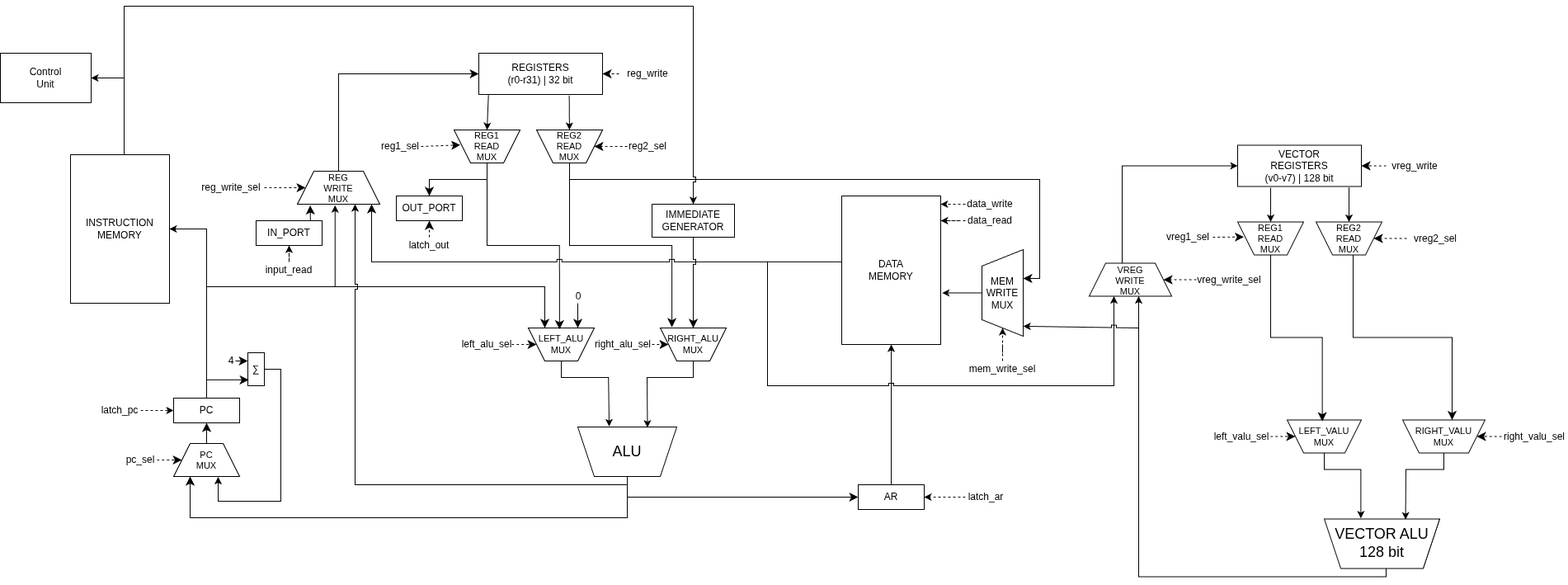
IlyaGorelov/meow keeps this draw.io diagram as datapath.png. Above is the earlier version. Source tidied: cells renumbered, new cells last; positions are measured from the earlier drawing's top-left corner, leaving out a move shared by most shapes.
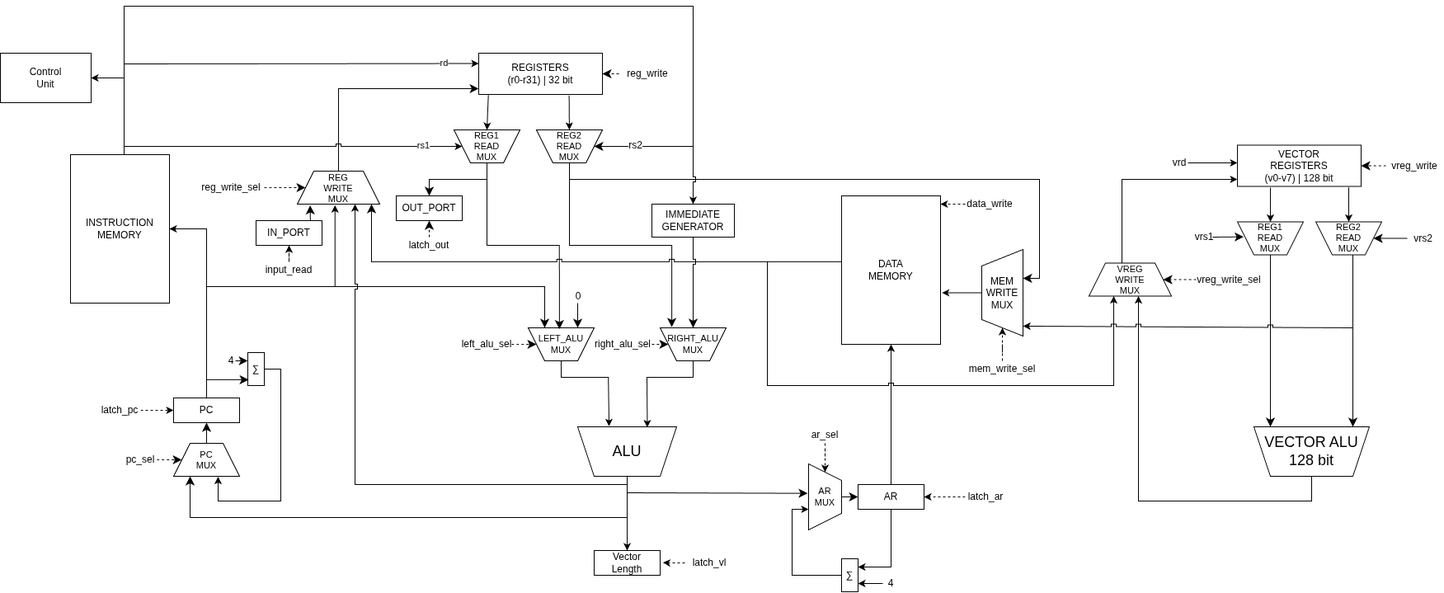
After the commit.

Commit message:
add vector execution signals & add vector instructions to isa & update schemes

The edit, as a diff of the source:
```diff
@@ -35,2 +35,5 @@
     </mxCell>
+    <mxCell id="106" style="edgeStyle=orthogonalEdgeStyle;rounded=0;jettySize=auto;html=1;entryX=1;entryY=0.25;entryDx=0;entryDy=0;defaultLabelBackgroundColor=page;labelPadding=0 4;" parent="1" edge="1" source="9" target="118">
+      <mxGeometry relative="1" as="geometry" />
+    </mxCell>
     <mxCell id="9" value="AR" style="rounded=0;whiteSpace=wrap;html=1;" parent="1" vertex="1">
@@ -65,8 +68,2 @@
     </mxCell>
-    <mxCell id="19" value="reg1_sel" style="text;html=1;whiteSpace=wrap;strokeColor=none;fillColor=none;align=center;verticalAlign=middle;rounded=0;" parent="1" vertex="1">
-      <mxGeometry x="460" y="160" width="50" height="20" as="geometry" />
-    </mxCell>
-    <mxCell id="20" style="endArrow=classic;html=1;rounded=0;fontSize=12;defaultLabelBackgroundColor=page;startSize=8;endSize=8;curved=1;entryX=0.905;entryY=0.545;entryDx=0;entryDy=0;exitX=1;exitY=0.5;exitDx=0;exitDy=0;dashed=1;entryPerimeter=0;" parent="1" edge="1" source="19" target="18">
-      <mxGeometry relative="1" as="geometry" />
-    </mxCell>
     <mxCell id="21" value="REG2&lt;div&gt;READ&lt;br&gt;&lt;div&gt;MUX&lt;/div&gt;&lt;/div&gt;" style="shape=trapezoid;perimeter=trapezoidPerimeter;whiteSpace=wrap;html=1;shapeInside=1;fixedSize=1;direction=west;fontSize=11;rounded=0;" parent="1" vertex="1">
@@ -74,8 +71,12 @@
     </mxCell>
-    <mxCell id="22" value="reg2_sel" style="text;html=1;whiteSpace=wrap;strokeColor=none;fillColor=none;align=center;verticalAlign=middle;rounded=0;" parent="1" vertex="1">
-      <mxGeometry x="760" y="160" width="50" height="20" as="geometry" />
-    </mxCell>
-    <mxCell id="23" style="endArrow=classic;html=1;rounded=0;fontSize=12;defaultLabelBackgroundColor=page;startSize=8;endSize=8;curved=1;entryX=0;entryY=0.5;entryDx=0;entryDy=0;exitX=0;exitY=0.5;exitDx=0;exitDy=0;dashed=1;" parent="1" edge="1" source="22" target="21">
-      <mxGeometry relative="1" as="geometry" />
+    <mxCell id="23" style="endArrow=classic;html=1;rounded=0;fontSize=12;defaultLabelBackgroundColor=page;startSize=8;endSize=8;curved=1;entryX=0;entryY=0.5;entryDx=0;entryDy=0;" parent="1" edge="1" target="21">
+      <mxGeometry relative="1" as="geometry">
+        <mxPoint x="840" y="170" as="sourcePoint" />
+      </mxGeometry>
     </mxCell>
+    <mxCell id="107" value="rs2" style="edgeLabel;html=1;align=center;verticalAlign=middle;inheritText=1;fontSize=12;defaultLabelBackgroundColor=page;" parent="23" vertex="1">
+      <mxGeometry x="0.34" relative="1" as="geometry">
+        <mxPoint x="11" y="-2" as="offset" />
+      </mxGeometry>
+    </mxCell>
     <mxCell id="24" style="endArrow=classic;html=1;rounded=0;defaultLabelBackgroundColor=page;exitX=0.731;exitY=1.024;exitDx=0;exitDy=0;exitPerimeter=0;" parent="1" edge="1" source="8" target="21">
@@ -120,6 +121,4 @@
     </mxCell>
-    <mxCell id="33" style="endArrow=classic;html=1;rounded=0;fontSize=12;defaultLabelBackgroundColor=page;startSize=8;endSize=8;curved=1;entryX=0;entryY=0.5;entryDx=0;entryDy=0;" parent="1" edge="1" target="9">
-      <mxGeometry relative="1" as="geometry">
-        <mxPoint x="760" y="595" as="sourcePoint" />
-      </mxGeometry>
+    <mxCell id="33" style="endArrow=classic;html=1;rounded=0;fontSize=12;defaultLabelBackgroundColor=page;startSize=8;endSize=8;curved=1;entryX=0;entryY=0.5;entryDx=0;entryDy=0;" parent="1" edge="1" source="122" target="9">
+      <mxGeometry relative="1" as="geometry" />
     </mxCell>
@@ -142,4 +141,8 @@
     </mxCell>
-    <mxCell id="36" style="edgeStyle=orthogonalEdgeStyle;rounded=0;jettySize=auto;html=1;entryX=0;entryY=0.5;entryDx=0;entryDy=0;fontSize=12;defaultLabelBackgroundColor=page;startSize=8;endSize=8;exitX=0.5;exitY=0;exitDx=0;exitDy=0;" parent="1" edge="1" source="37" target="8">
-      <mxGeometry relative="1" as="geometry" />
+    <mxCell id="36" style="edgeStyle=orthogonalEdgeStyle;rounded=0;jettySize=auto;html=1;fontSize=12;defaultLabelBackgroundColor=page;startSize=8;endSize=8;exitX=0.5;exitY=0;exitDx=0;exitDy=0;jumpStyle=sharp;" parent="1" edge="1" source="37" target="8">
+      <mxGeometry x="0.07" relative="1" as="geometry">
+        <Array as="points">
+          <mxPoint x="410" y="100" />
+        </Array>
+      </mxGeometry>
     </mxCell>
@@ -276,10 +279,2 @@
     </mxCell>
-    <mxCell id="70" value="data_read" style="text;html=1;whiteSpace=wrap;strokeColor=none;fillColor=none;align=center;verticalAlign=middle;rounded=0;" parent="1" vertex="1">
-      <mxGeometry x="1170" y="250" width="60" height="20" as="geometry" />
-    </mxCell>
-    <mxCell id="71" style="edgeStyle=orthogonalEdgeStyle;rounded=0;jettySize=auto;html=1;entryX=0.999;entryY=0.056;entryDx=0;entryDy=0;entryPerimeter=0;defaultLabelBackgroundColor=page;dashed=1;" parent="1" edge="1" source="70">
-      <mxGeometry relative="1" as="geometry">
-        <mxPoint x="1140" y="260" as="targetPoint" />
-      </mxGeometry>
-    </mxCell>
     <mxCell id="72" style="endArrow=classic;html=1;rounded=0;defaultLabelBackgroundColor=page;entryX=0.457;entryY=1.033;entryDx=0;entryDy=0;entryPerimeter=0;" parent="1" edge="1" target="37">
@@ -289,27 +284,5 @@
     </mxCell>
-    <mxCell id="73" value="LEFT_VALU&lt;div&gt;MUX&lt;/div&gt;" style="shape=trapezoid;perimeter=trapezoidPerimeter;whiteSpace=wrap;html=1;shapeInside=1;fixedSize=1;direction=west;fontSize=11;rounded=0;" parent="1" vertex="1">
-      <mxGeometry x="1560" y="501.5" width="90" height="40" as="geometry" />
-    </mxCell>
-    <mxCell id="74" value="RIGHT_VALU&lt;div&gt;MUX&lt;/div&gt;" style="shape=trapezoid;perimeter=trapezoidPerimeter;whiteSpace=wrap;html=1;shapeInside=1;fixedSize=1;direction=west;fontSize=11;rounded=0;" parent="1" vertex="1">
-      <mxGeometry x="1700" y="501.5" width="100" height="40" as="geometry" />
-    </mxCell>
     <mxCell id="75" value="VECTOR ALU&lt;div&gt;128 bit&lt;/div&gt;" style="shape=trapezoid;perimeter=trapezoidPerimeter;whiteSpace=wrap;html=1;shapeInside=1;fixedSize=1;fontSize=18;direction=west;rounded=0;" parent="1" vertex="1">
-      <mxGeometry x="1605" y="621.5" width="140" height="60" as="geometry" />
+      <mxGeometry x="1520" y="510" width="140" height="60" as="geometry" />
     </mxCell>
-    <mxCell id="76" style="endArrow=classic;html=1;rounded=0;defaultLabelBackgroundColor=page;entryX=0.683;entryY=1.012;entryDx=0;entryDy=0;entryPerimeter=0;exitX=0.5;exitY=0;exitDx=0;exitDy=0;" parent="1" edge="1" source="73" target="75">
-      <mxGeometry x="-0.02" relative="1" as="geometry">
-        <Array as="points">
-          <mxPoint x="1605" y="561.5" />
-          <mxPoint x="1649.4" y="561.5" />
-        </Array>
-      </mxGeometry>
-    </mxCell>
-    <mxCell id="77" style="endArrow=classic;html=1;rounded=0;defaultLabelBackgroundColor=page;exitX=0.5;exitY=0;exitDx=0;exitDy=0;entryX=0.296;entryY=0.989;entryDx=0;entryDy=0;entryPerimeter=0;" parent="1" edge="1" source="74" target="75">
-      <mxGeometry x="-0.14" relative="1" as="geometry">
-        <Array as="points">
-          <mxPoint x="1750" y="561.5" />
-          <mxPoint x="1704" y="561.5" />
-        </Array>
-      </mxGeometry>
-    </mxCell>
     <mxCell id="78" value="&lt;div&gt;VECTOR&lt;/div&gt;REGISTERS&lt;div&gt;(v0-v7) | 128 bit&lt;/div&gt;" style="rounded=0;whiteSpace=wrap;html=1;" parent="1" vertex="1">
@@ -317,14 +290,2 @@
     </mxCell>
-    <mxCell id="79" value="left_valu_sel" style="text;html=1;whiteSpace=wrap;strokeColor=none;fillColor=none;align=center;verticalAlign=middle;rounded=0;" parent="1" vertex="1">
-      <mxGeometry x="1470" y="511.5" width="70" height="20" as="geometry" />
-    </mxCell>
-    <mxCell id="80" style="endArrow=classic;html=1;rounded=0;fontSize=12;defaultLabelBackgroundColor=page;startSize=8;endSize=8;curved=1;exitX=1;exitY=0.5;exitDx=0;exitDy=0;dashed=1;" parent="1" edge="1" source="79" target="73">
-      <mxGeometry relative="1" as="geometry" />
-    </mxCell>
-    <mxCell id="81" value="right_valu_sel" style="text;html=1;whiteSpace=wrap;strokeColor=none;fillColor=none;align=center;verticalAlign=middle;rounded=0;" parent="1" vertex="1">
-      <mxGeometry x="1820" y="511.5" width="80" height="20" as="geometry" />
-    </mxCell>
-    <mxCell id="82" style="endArrow=classic;html=1;rounded=0;fontSize=12;defaultLabelBackgroundColor=page;startSize=8;endSize=8;curved=1;exitX=0;exitY=0.5;exitDx=0;exitDy=0;dashed=1;" parent="1" edge="1" source="81" target="74">
-      <mxGeometry relative="1" as="geometry" />
-    </mxCell>
     <mxCell id="83" value="vreg_write" style="text;html=1;whiteSpace=wrap;strokeColor=none;fillColor=none;align=center;verticalAlign=middle;rounded=0;" parent="1" vertex="1">
@@ -343,6 +304,6 @@
     </mxCell>
-    <mxCell id="87" value="vreg1_sel" style="text;html=1;whiteSpace=wrap;strokeColor=none;fillColor=none;align=center;verticalAlign=middle;rounded=0;" parent="1" vertex="1">
-      <mxGeometry x="1410" y="270" width="60" height="20" as="geometry" />
+    <mxCell id="87" value="vrs1" style="text;html=1;whiteSpace=wrap;strokeColor=none;fillColor=none;align=center;verticalAlign=middle;rounded=0;" parent="1" vertex="1">
+      <mxGeometry x="1450" y="270" width="20" height="20" as="geometry" />
     </mxCell>
-    <mxCell id="88" style="endArrow=classic;html=1;rounded=0;fontSize=12;defaultLabelBackgroundColor=page;startSize=8;endSize=8;curved=1;entryX=0.905;entryY=0.545;entryDx=0;entryDy=0;exitX=1;exitY=0.5;exitDx=0;exitDy=0;dashed=1;entryPerimeter=0;" parent="1" edge="1" source="87" target="86">
+    <mxCell id="88" style="endArrow=classic;html=1;rounded=0;fontSize=12;defaultLabelBackgroundColor=page;startSize=8;endSize=8;curved=1;entryX=0.905;entryY=0.545;entryDx=0;entryDy=0;exitX=1;exitY=0.5;exitDx=0;exitDy=0;entryPerimeter=0;" parent="1" edge="1" source="87" target="86">
       <mxGeometry relative="1" as="geometry" />
@@ -352,6 +313,6 @@
     </mxCell>
-    <mxCell id="90" value="vreg2_sel" style="text;html=1;whiteSpace=wrap;strokeColor=none;fillColor=none;align=center;verticalAlign=middle;rounded=0;" parent="1" vertex="1">
-      <mxGeometry x="1705" y="271.5" width="70" height="20" as="geometry" />
+    <mxCell id="90" value="vrs2" style="text;html=1;whiteSpace=wrap;strokeColor=none;fillColor=none;align=center;verticalAlign=middle;rounded=0;" parent="1" vertex="1">
+      <mxGeometry x="1706" y="271.5" width="39" height="20" as="geometry" />
     </mxCell>
-    <mxCell id="91" style="endArrow=classic;html=1;rounded=0;fontSize=12;defaultLabelBackgroundColor=page;startSize=8;endSize=8;curved=1;entryX=0;entryY=0.5;entryDx=0;entryDy=0;exitX=0;exitY=0.5;exitDx=0;exitDy=0;dashed=1;" parent="1" edge="1" source="90" target="89">
+    <mxCell id="91" style="endArrow=classic;html=1;rounded=0;fontSize=12;defaultLabelBackgroundColor=page;startSize=8;endSize=8;curved=1;entryX=0;entryY=0.5;entryDx=0;entryDy=0;exitX=0;exitY=0.5;exitDx=0;exitDy=0;" parent="1" edge="1" source="90" target="89">
       <mxGeometry relative="1" as="geometry" />
@@ -363,11 +324,14 @@
     </mxCell>
-    <mxCell id="93" style="endArrow=classic;html=1;rounded=0;fontSize=12;defaultLabelBackgroundColor=page;startSize=8;endSize=8;entryX=0.527;entryY=0.96;entryDx=0;entryDy=0;entryPerimeter=0;exitX=0.5;exitY=0;exitDx=0;exitDy=0;edgeStyle=orthogonalEdgeStyle;" parent="1" edge="1" source="86" target="73">
-      <mxGeometry relative="1" as="geometry" />
+    <mxCell id="93" style="endArrow=classic;html=1;rounded=0;fontSize=12;defaultLabelBackgroundColor=page;startSize=8;endSize=8;exitX=0.5;exitY=0;exitDx=0;exitDy=0;edgeStyle=orthogonalEdgeStyle;" parent="1" edge="1" source="86" target="75">
+      <mxGeometry relative="1" as="geometry">
+        <Array as="points">
+          <mxPoint x="1540" y="460" />
+          <mxPoint x="1540" y="460" />
+        </Array>
+      </mxGeometry>
     </mxCell>
-    <mxCell id="94" style="endArrow=classic;html=1;rounded=0;fontSize=12;defaultLabelBackgroundColor=page;startSize=8;endSize=8;exitX=0.5;exitY=0;exitDx=0;exitDy=0;edgeStyle=orthogonalEdgeStyle;" parent="1" edge="1" source="89" target="74">
-      <mxGeometry x="-0.14" relative="1" as="geometry">
+    <mxCell id="94" style="endArrow=classic;html=1;rounded=0;fontSize=12;defaultLabelBackgroundColor=page;startSize=8;endSize=8;exitX=0.5;exitY=0;exitDx=0;exitDy=0;edgeStyle=orthogonalEdgeStyle;" parent="1" edge="1" source="89" target="75">
+      <mxGeometry x="0.3" relative="1" as="geometry">
         <Array as="points">
           <mxPoint x="1640" y="301.5" />
-          <mxPoint x="1640" y="401.5" />
-          <mxPoint x="1760" y="401.5" />
         </Array>
@@ -375,7 +339,7 @@
     </mxCell>
-    <mxCell id="95" style="endArrow=classic;html=1;rounded=0;defaultLabelBackgroundColor=page;edgeStyle=orthogonalEdgeStyle;jumpStyle=sharp;" parent="1" edge="1" source="75" target="97">
-      <mxGeometry x="-0.02" relative="1" as="geometry">
+    <mxCell id="95" style="endArrow=classic;html=1;rounded=0;defaultLabelBackgroundColor=page;edgeStyle=orthogonalEdgeStyle;jumpStyle=sharp;exitX=0.5;exitY=0;exitDx=0;exitDy=0;" parent="1" edge="1" source="75" target="97">
+      <mxGeometry x="-0.24" relative="1" as="geometry">
         <Array as="points">
-          <mxPoint x="1680" y="691.5" />
-          <mxPoint x="1380" y="691.5" />
+          <mxPoint x="1590" y="600" />
+          <mxPoint x="1380" y="600" />
         </Array>
@@ -386,3 +350,3 @@
         <Array as="points">
-          <mxPoint x="1360" y="193.5" />
+          <mxPoint x="1360" y="210" />
         </Array>
@@ -410,3 +374,3 @@
       <mxGeometry relative="1" as="geometry">
-        <mxPoint x="1380" y="390" as="sourcePoint" />
+        <mxPoint x="1640" y="390" as="sourcePoint" />
       </mxGeometry>
@@ -425,2 +389,77 @@
     </mxCell>
+    <mxCell id="108" style="endArrow=classic;html=1;rounded=0;defaultLabelBackgroundColor=page;entryX=0;entryY=0.25;entryDx=0;entryDy=0;" parent="1" edge="1" target="8">
+      <mxGeometry relative="1" as="geometry">
+        <mxPoint x="150" y="70" as="sourcePoint" />
+      </mxGeometry>
+    </mxCell>
+    <mxCell id="109" value="rd" style="edgeLabel;html=1;align=center;verticalAlign=middle;inheritText=fontFamily,fontColor,fontStyle,textOpacity,labelBorderColor,labelBorderWidth,labelBackgroundColor,defaultLabelBackgroundColor,labelPadding;defaultLabelBackgroundColor=page;fontSize=11;" parent="108" vertex="1">
+      <mxGeometry x="0.75" relative="1" as="geometry">
+        <mxPoint x="11" y="-1" as="offset" />
+      </mxGeometry>
+    </mxCell>
+    <mxCell id="110" style="endArrow=classic;html=1;rounded=0;defaultLabelBackgroundColor=page;entryX=0;entryY=0.43;entryDx=0;entryDy=0;entryPerimeter=0;" parent="1" edge="1" target="78">
+      <mxGeometry relative="1" as="geometry">
+        <mxPoint x="1440" y="190" as="sourcePoint" />
+      </mxGeometry>
+    </mxCell>
+    <mxCell id="111" value="vrd" style="text;html=1;whiteSpace=wrap;strokeColor=none;fillColor=none;align=center;verticalAlign=middle;rounded=0;" parent="1" vertex="1">
+      <mxGeometry x="1420" y="180" width="20" height="20" as="geometry" />
+    </mxCell>
+    <mxCell id="112" style="endArrow=classic;html=1;rounded=0;defaultLabelBackgroundColor=page;jumpStyle=sharp;" parent="1" edge="1" target="18">
+      <mxGeometry relative="1" as="geometry">
+        <mxPoint x="150" y="170" as="sourcePoint" />
+      </mxGeometry>
+    </mxCell>
+    <mxCell id="113" value="rs1" style="edgeLabel;html=1;align=center;verticalAlign=middle;inheritText=1;defaultLabelBackgroundColor=page;" parent="112" vertex="1">
+      <mxGeometry x="0.59" y="1" relative="1" as="geometry">
+        <mxPoint x="37" y="-1" as="offset" />
+      </mxGeometry>
+    </mxCell>
+    <mxCell id="114" value="Vector&lt;div&gt;Length&lt;/div&gt;" style="rounded=0;whiteSpace=wrap;html=1;" parent="1" vertex="1">
+      <mxGeometry x="720" y="660" width="80" height="30" as="geometry" />
+    </mxCell>
+    <mxCell id="115" style="endArrow=classic;html=1;rounded=0;defaultLabelBackgroundColor=page;labelPadding=0 4;entryX=0.5;entryY=0;entryDx=0;entryDy=0;" parent="1" edge="1" target="114">
+      <mxGeometry relative="1" as="geometry">
+        <mxPoint x="760" y="620" as="sourcePoint" />
+      </mxGeometry>
+    </mxCell>
+    <mxCell id="116" value="latch_vl" style="text;html=1;whiteSpace=wrap;strokeColor=none;fillColor=none;align=center;verticalAlign=middle;rounded=0;" parent="1" vertex="1">
+      <mxGeometry x="830" y="665" width="60" height="20" as="geometry" />
+    </mxCell>
+    <mxCell id="117" style="edgeStyle=orthogonalEdgeStyle;rounded=0;jettySize=auto;html=1;entryX=1.042;entryY=0.488;entryDx=0;entryDy=0;entryPerimeter=0;defaultLabelBackgroundColor=page;labelPadding=0 4;dashed=1;" parent="1" edge="1" source="116" target="114">
+      <mxGeometry relative="1" as="geometry" />
+    </mxCell>
+    <mxCell id="118" value="∑" style="rounded=0;whiteSpace=wrap;html=1;" parent="1" vertex="1">
+      <mxGeometry x="1020" y="670" width="20" height="40" as="geometry" />
+    </mxCell>
+    <mxCell id="119" style="edgeStyle=orthogonalEdgeStyle;rounded=0;jettySize=auto;html=1;entryX=1;entryY=0.75;entryDx=0;entryDy=0;defaultLabelBackgroundColor=page;labelPadding=0 4;" parent="1" edge="1" source="120" target="118">
+      <mxGeometry relative="1" as="geometry" />
+    </mxCell>
+    <mxCell id="120" value="4" style="text;html=1;whiteSpace=wrap;strokeColor=none;fillColor=none;align=center;verticalAlign=middle;rounded=0;" parent="1" vertex="1">
+      <mxGeometry x="1070" y="690" width="20" height="20" as="geometry" />
+    </mxCell>
+    <mxCell id="121" style="endArrow=classic;html=1;rounded=0;fontSize=12;defaultLabelBackgroundColor=page;startSize=8;endSize=8;curved=1;entryX=0.446;entryY=1.027;entryDx=0;entryDy=0;entryPerimeter=0;" parent="1" edge="1" target="122">
+      <mxGeometry relative="1" as="geometry">
+        <mxPoint x="760" y="590" as="sourcePoint" />
+      </mxGeometry>
+    </mxCell>
+    <mxCell id="122" value="AR&lt;div&gt;MUX&lt;/div&gt;" style="shape=trapezoid;perimeter=trapezoidPerimeter;whiteSpace=wrap;html=1;shapeInside=1;fixedSize=1;direction=south;fontSize=11;rounded=0;" parent="1" vertex="1">
+      <mxGeometry x="980" y="555" width="40" height="80" as="geometry" />
+    </mxCell>
+    <mxCell id="123" style="edgeStyle=orthogonalEdgeStyle;rounded=0;jettySize=auto;html=1;entryX=0.688;entryY=1;entryDx=0;entryDy=0;entryPerimeter=0;defaultLabelBackgroundColor=page;labelPadding=0 4;" parent="1" edge="1" source="118" target="122">
+      <mxGeometry x="0.36" relative="1" as="geometry">
+        <Array as="points">
+          <mxPoint x="960" y="690" />
+          <mxPoint x="960" y="655" />
+          <mxPoint x="960" y="655" />
+          <mxPoint x="960" y="610" />
+        </Array>
+      </mxGeometry>
+    </mxCell>
+    <mxCell id="124" style="edgeStyle=orthogonalEdgeStyle;rounded=0;jettySize=auto;html=1;defaultLabelBackgroundColor=page;labelPadding=0 4;dashed=1;" parent="1" edge="1" source="125" target="122">
+      <mxGeometry relative="1" as="geometry" />
+    </mxCell>
+    <mxCell id="125" value="ar_sel" style="text;html=1;whiteSpace=wrap;strokeColor=none;fillColor=none;align=center;verticalAlign=middle;rounded=0;" parent="1" vertex="1">
+      <mxGeometry x="975" y="510" width="50" height="20" as="geometry" />
+    </mxCell>
   </root>
```
